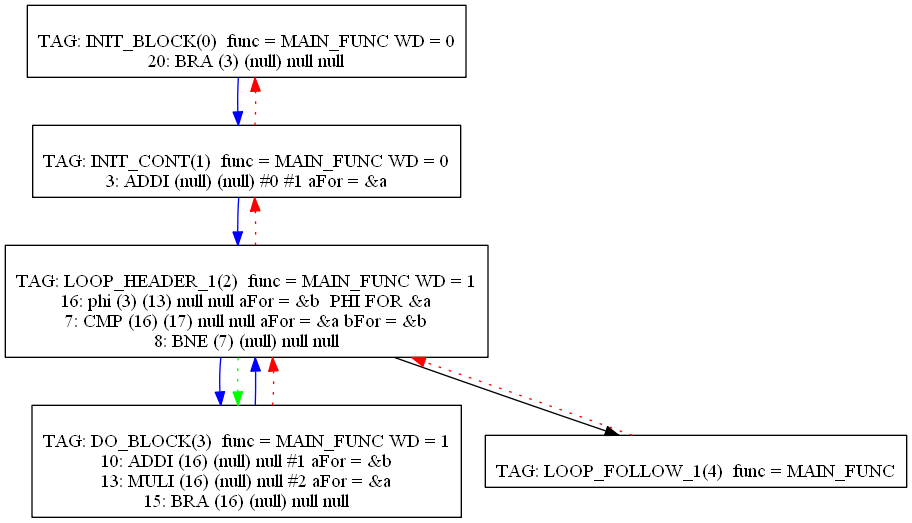
The Graphviz diagram Compiler/14graph.png in mbajaj92/Project-Astoria, before a commit. Its source is kept beside it as Compiler/14graph.dot.
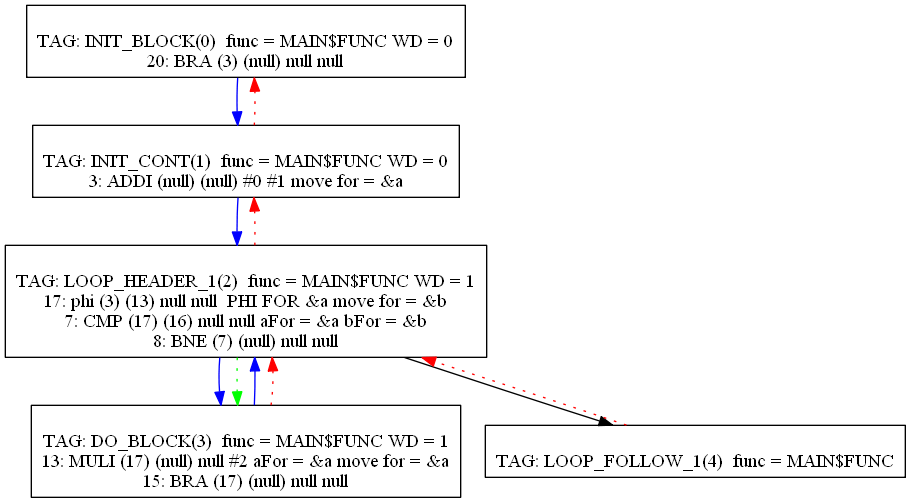
The same file after the commit.

The edit, as a diff of the source:
```diff
@@ -1,21 +1,21 @@
 digraph {
 0[label="
-TAG: INIT_BLOCK(0)  func = MAIN_FUNC WD = 0
+TAG: INIT_BLOCK(0)  func = MAIN$FUNC WD = 0
 20: BRA (3) (null) null null
 "];
 0[shape=box];
 0 -> 1[color=blue]
 1[label="
-TAG: INIT_CONT(1)  func = MAIN_FUNC WD = 0
-3: ADDI (null) (null) #0 #1 aFor = &a
+TAG: INIT_CONT(1)  func = MAIN$FUNC WD = 0
+3: ADDI (null) (null) #0 #1 move for = &a
 "];
 1[shape=box];
 1 -> 2[color=blue]
 1 -> 0[color=red][style=dotted]
 2[label="
-TAG: LOOP_HEADER_1(2)  func = MAIN_FUNC WD = 1
-16: phi (3) (13) null null aFor = &b  PHI FOR &a
-7: CMP (16) (17) null null aFor = &a bFor = &b
+TAG: LOOP_HEADER_1(2)  func = MAIN$FUNC WD = 1
+17: phi (3) (13) null null  PHI FOR &a move for = &b
+7: CMP (17) (16) null null aFor = &a bFor = &b
 8: BNE (7) (null) null null
 "];
 2[shape=box];
@@ -24,16 +24,15 @@
 2 -> 1[color=red][style=dotted]
 2 -> 3[color=green][style=dotted]
 3[label="
-TAG: DO_BLOCK(3)  func = MAIN_FUNC WD = 1
-10: ADDI (16) (null) null #1 aFor = &b
-13: MULI (16) (null) null #2 aFor = &a
-15: BRA (16) (null) null null
+TAG: DO_BLOCK(3)  func = MAIN$FUNC WD = 1
+13: MULI (17) (null) null #2 aFor = &a move for = &a
+15: BRA (17) (null) null null
 "];
 3[shape=box];
 3 -> 2[color=blue]
 3 -> 2[color=red][style=dotted]
 4[label="
-TAG: LOOP_FOLLOW_1(4)  func = MAIN_FUNC
+TAG: LOOP_FOLLOW_1(4)  func = MAIN$FUNC
 "];
 4[shape=box];
 4 -> 2[color=red][style=dotted]
```
